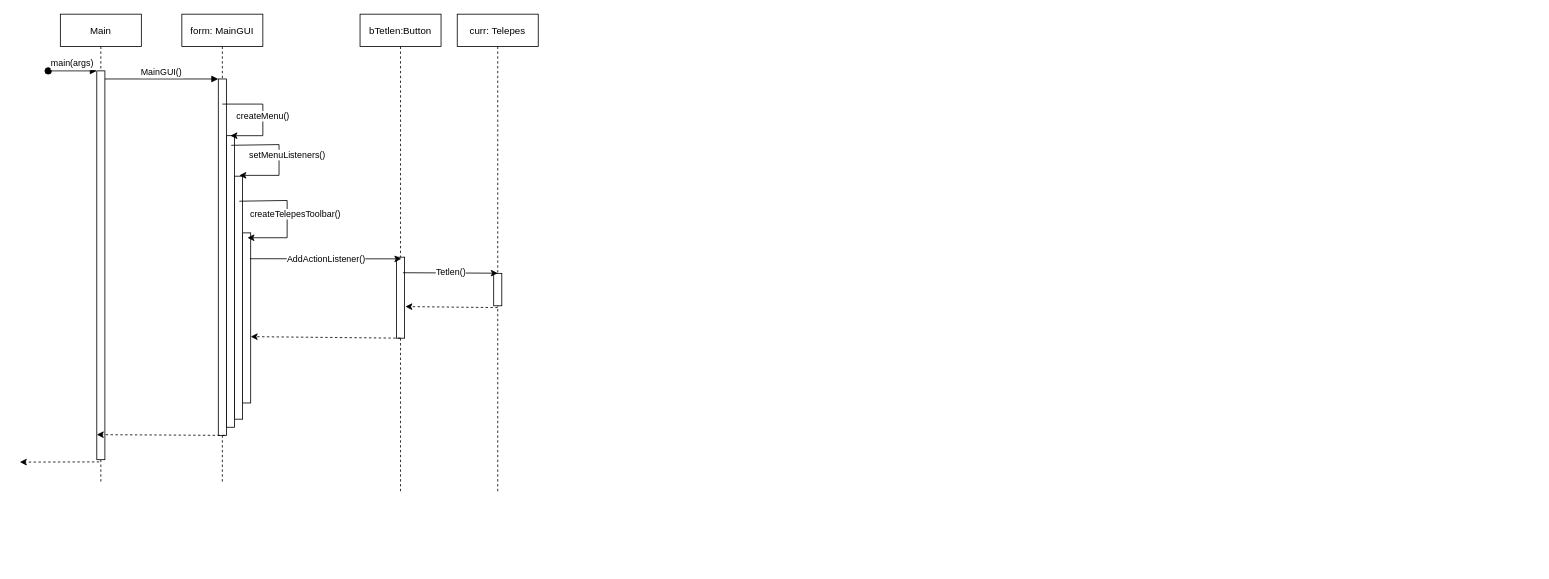
Earlier version of the draw.io diagram doc/UIszek/tetlen.drawio (torpeBoiGo/aszteroidabanyaszat). Source tidied: cells renumbered, new cells numbered last; positions are measured from the earlier drawing's top-left corner, leaving out a move shared by most shapes. Both pictures are drawn from the tidied source at 81%, with x=0, y=0 at pixel (19, 14).
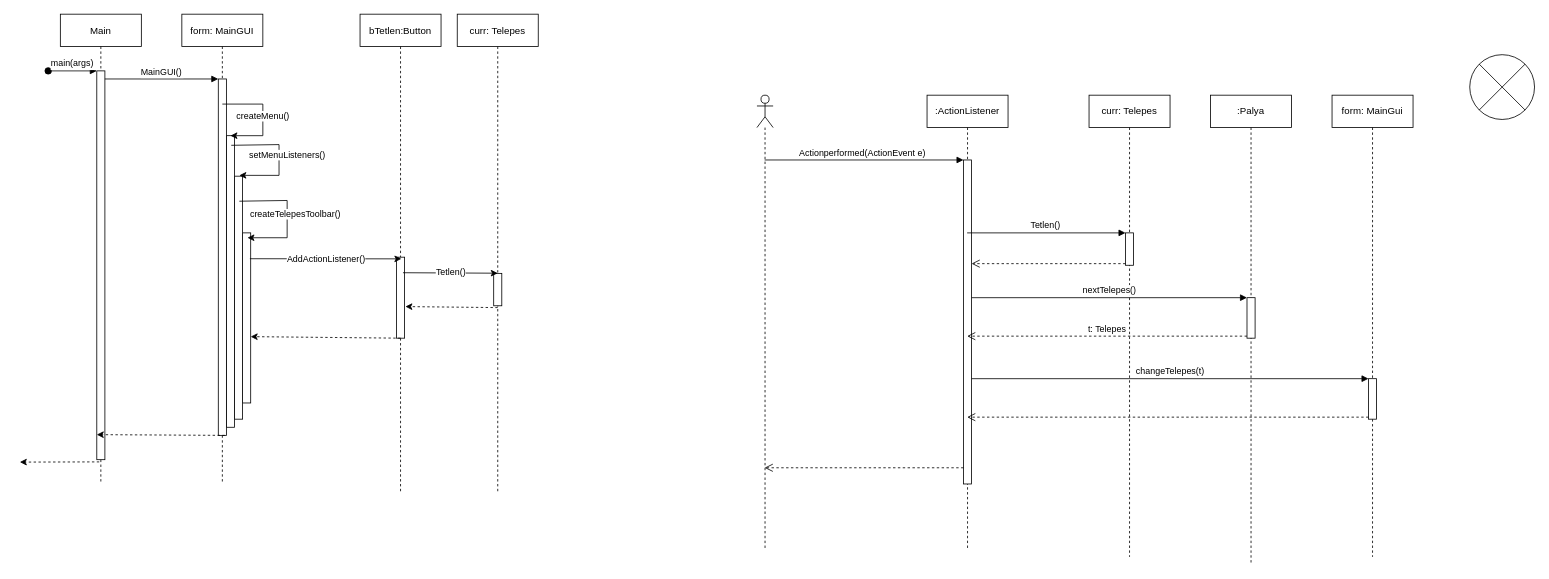
Above is the later version.

Diff of the diagram source:
```diff
@@
+    <mxCell id="24" value=":ActionListener" style="shape=umlLifeline;perimeter=lifelinePerimeter;whiteSpace=wrap;html=1;outlineConnect=0;" parent="1" vertex="1">
+      <mxGeometry x="1120" y="100" width="100" height="560" as="geometry" />
+    </mxCell>
+    <mxCell id="25" style="html=1;points=[];perimeter=orthogonalPerimeter;" parent="24" vertex="1">
+      <mxGeometry x="45" y="80" width="10" height="400" as="geometry" />
+    </mxCell>
+    <mxCell id="26" style="shape=umlLifeline;participant=umlActor;perimeter=lifelinePerimeter;whiteSpace=wrap;html=1;verticalAlign=top;spacingTop=36;outlineConnect=0;" parent="1" vertex="1">
+      <mxGeometry x="910" y="100" width="20" height="560" as="geometry" />
+    </mxCell>
+    <mxCell id="27" value="Actionperformed(ActionEvent e)" style="html=1;verticalAlign=bottom;endArrow=block;entryX=0;entryY=0;" parent="1" edge="1" source="26" target="25">
+      <mxGeometry x="-0.02" relative="1" as="geometry" />
+    </mxCell>
+    <mxCell id="28" style="html=1;verticalAlign=bottom;endArrow=open;dashed=1;endSize=8;exitX=0;exitY=0.95;" parent="1" edge="1" source="25" target="26">
+      <mxGeometry x="0.1" y="-58" relative="1" as="geometry" />
+    </mxCell>
+    <mxCell id="29" value="curr: Telepes" style="shape=umlLifeline;perimeter=lifelinePerimeter;whiteSpace=wrap;html=1;" parent="1" vertex="1">
+      <mxGeometry x="1320" y="100" width="100" height="570" as="geometry" />
+    </mxCell>
+    <mxCell id="30" style="html=1;points=[];perimeter=orthogonalPerimeter;" parent="29" vertex="1">
+      <mxGeometry x="45" y="170" width="10" height="40" as="geometry" />
+    </mxCell>
+    <mxCell id="31" value="Tetlen()" style="html=1;verticalAlign=bottom;endArrow=block;entryX=0;entryY=0;" parent="1" edge="1" source="24" target="30">
+      <mxGeometry x="-0.02" relative="1" as="geometry" />
+    </mxCell>
+    <mxCell id="32" style="html=1;verticalAlign=bottom;endArrow=open;dashed=1;endSize=8;exitX=0;exitY=0.95;" parent="1" edge="1" source="30" target="25">
+      <mxGeometry relative="1" as="geometry" />
+    </mxCell>
+    <mxCell id="33" value=":Palya" style="shape=umlLifeline;perimeter=lifelinePerimeter;whiteSpace=wrap;html=1;" parent="1" vertex="1">
+      <mxGeometry x="1470" y="100" width="100" height="580" as="geometry" />
+    </mxCell>
+    <mxCell id="34" style="html=1;points=[];perimeter=orthogonalPerimeter;" parent="33" vertex="1">
+      <mxGeometry x="45" y="250" width="10" height="50" as="geometry" />
+    </mxCell>
+    <mxCell id="35" value="nextTelepes()" style="html=1;verticalAlign=bottom;endArrow=block;entryX=0;entryY=0;" parent="1" edge="1" source="25" target="34">
+      <mxGeometry relative="1" as="geometry" />
+    </mxCell>
+    <mxCell id="36" value="t: Telepes" style="html=1;verticalAlign=bottom;endArrow=open;dashed=1;endSize=8;exitX=0;exitY=0.95;" parent="1" edge="1" source="34" target="24">
+      <mxGeometry relative="1" as="geometry" />
+    </mxCell>
+    <mxCell id="37" value="form: MainGui" style="shape=umlLifeline;perimeter=lifelinePerimeter;whiteSpace=wrap;html=1;" parent="1" vertex="1">
+      <mxGeometry x="1620" y="100" width="100" height="570" as="geometry" />
+    </mxCell>
+    <mxCell id="38" style="html=1;points=[];perimeter=orthogonalPerimeter;" parent="37" vertex="1">
+      <mxGeometry x="45" y="350" width="10" height="50" as="geometry" />
+    </mxCell>
+    <mxCell id="39" value="changeTelepes(t)" style="html=1;verticalAlign=bottom;endArrow=block;entryX=0;entryY=0;" parent="1" edge="1" source="25" target="38">
+      <mxGeometry relative="1" as="geometry" />
+    </mxCell>
+    <mxCell id="40" style="html=1;verticalAlign=bottom;endArrow=open;dashed=1;endSize=8;exitX=0;exitY=0.95;" parent="1" edge="1" source="38" target="24">
+      <mxGeometry relative="1" as="geometry" />
+    </mxCell>
+    <mxCell id="41" style="shape=sumEllipse;perimeter=ellipsePerimeter;whiteSpace=wrap;html=1;backgroundOutline=1;" parent="1" vertex="1">
+      <mxGeometry x="1790" y="50" width="80" height="80" as="geometry" />
+    </mxCell>
```
